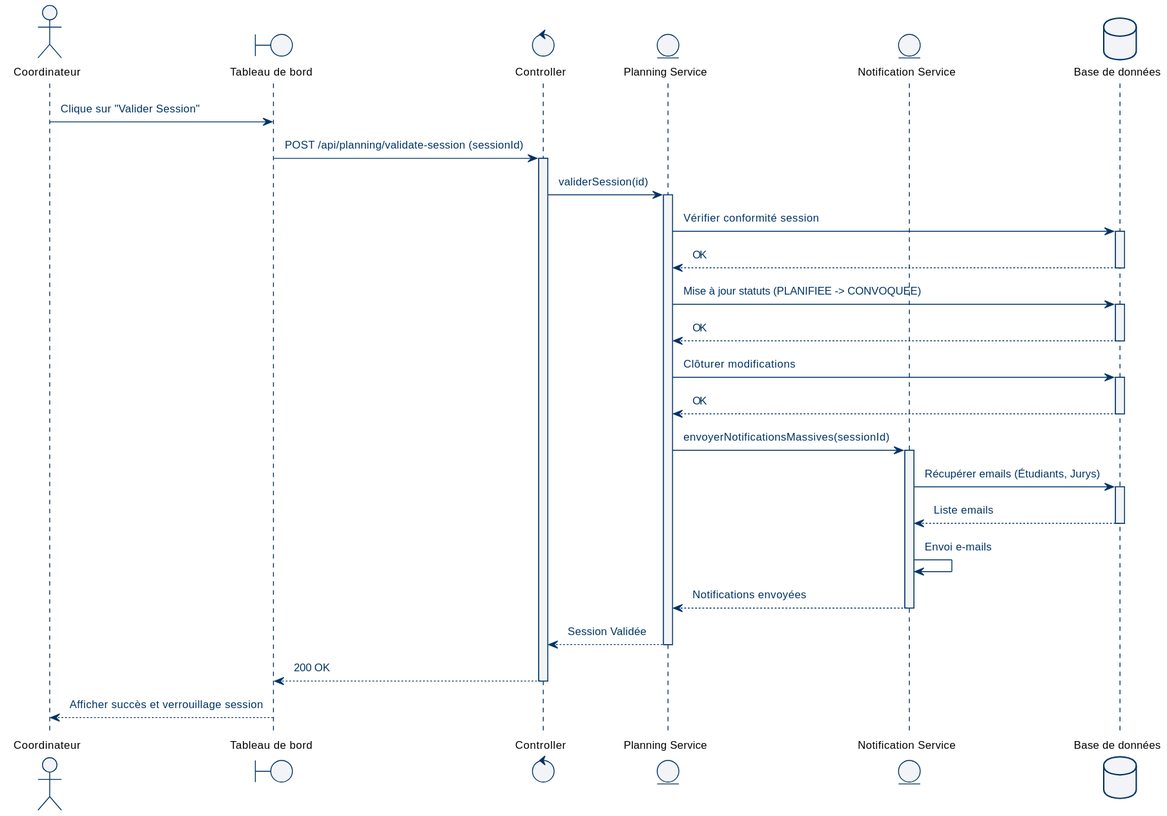
This is diagrams/svg/seq_validate_planning.svg from abdelaziz-ebourki/system-gestion-soutenance, a PlantUML export, as it was before one commit.
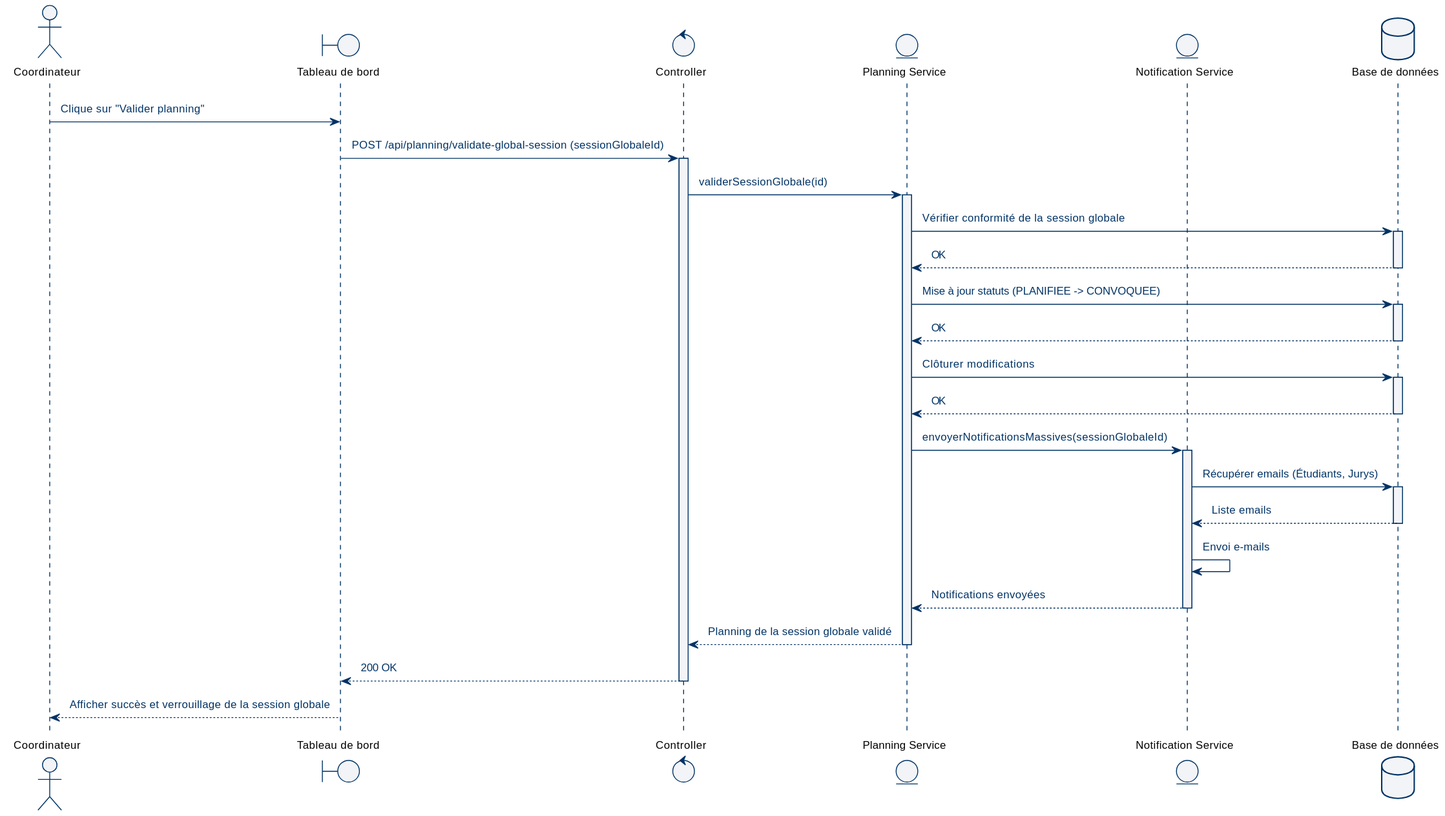
The same diagram one commit later.

Change to the diagram source:
```diff
@@ -8,14 +8,14 @@
 entity "Notification Service" as Notify
 database "Base de données" as DB
 
-Coord -> Front : Clique sur "Valider Session"
-Front -> Controller : POST /api/planning/validate-session (sessionId)
+Coord -> Front : Clique sur "Valider planning"
+Front -> Controller : POST /api/planning/validate-global-session (sessionGlobaleId)
 activate Controller
 
-Controller -> Service : validerSession(id)
+Controller -> Service : validerSessionGlobale(id)
 activate Service
 
-Service -> DB : Vérifier conformité session
+Service -> DB : Vérifier conformité de la session globale
 activate DB
 DB --> Service : OK
 deactivate DB
@@ -30,7 +30,7 @@
 DB --> Service : OK
 deactivate DB
 
-Service -> Notify : envoyerNotificationsMassives(sessionId)
+Service -> Notify : envoyerNotificationsMassives(sessionGlobaleId)
 activate Notify
 Notify -> DB : Récupérer emails (Étudiants, Jurys)
 activate DB
@@ -40,11 +40,11 @@
 Notify --> Service : Notifications envoyées
 deactivate Notify
 
-Service --> Controller : Session Validée
+Service --> Controller : Planning de la session globale validé
 deactivate Service
 
 Controller --> Front : 200 OK
 deactivate Controller
 
-Front --> Coord : Afficher succès et verrouillage session
+Front --> Coord : Afficher succès et verrouillage de la session globale
 @enduml
```
